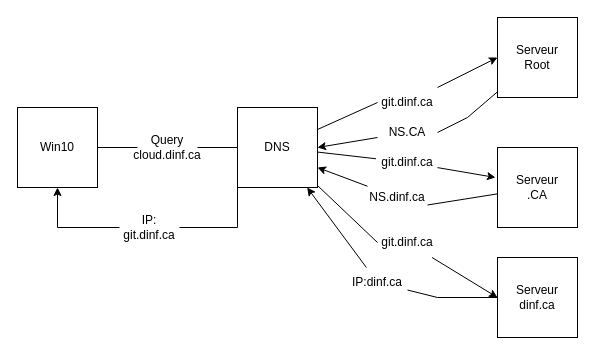
Before: Diagramme DNS.drawio in ThomasMarcoux/Test, a draw.io diagram. Source tidied: cells renumbered, new cells numbered last; positions are measured from the earlier drawing's top-left corner, leaving out a move shared by most shapes. Both pictures are drawn from the tidied source at 100%, with x=0, y=0 at pixel (17, 17).
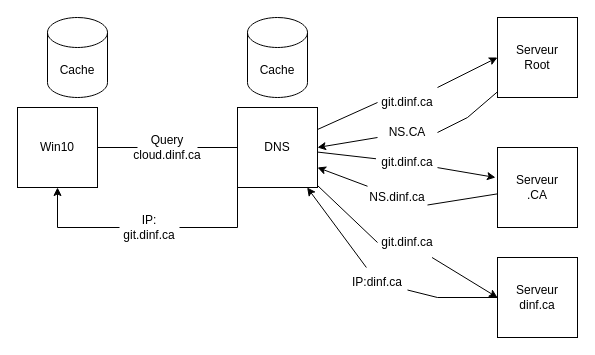
Above is the later version.

Commit message:
Mettre à jour Diagramme DNS.drawio

Diff of the diagram source:
```diff
@@
+    <mxCell id="31" value="Cache" style="shape=cylinder3;whiteSpace=wrap;html=1;boundedLbl=1;backgroundOutline=1;size=15;" parent="1" vertex="1">
+      <mxGeometry x="30" width="60" height="80" as="geometry" />
+    </mxCell>
+    <mxCell id="32" value="Cache" style="shape=cylinder3;whiteSpace=wrap;html=1;boundedLbl=1;backgroundOutline=1;size=15;" parent="1" vertex="1">
+      <mxGeometry x="230" width="60" height="80" as="geometry" />
+    </mxCell>
```
